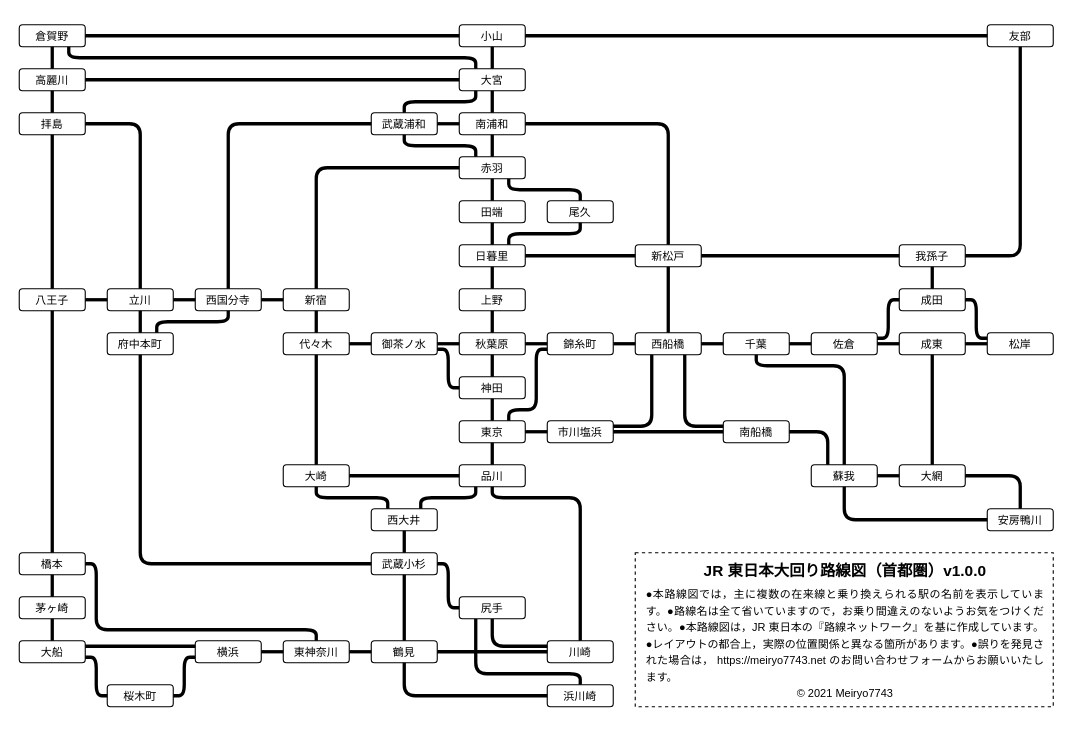
Meiryo7743/railway-maps-for-omawari keeps this draw.io diagram as src/jr-east/kanto-region.drawio. Above is the earlier version. Source tidied: cells renumbered, new cells numbered last; positions are measured from the earlier drawing's top-left corner, leaving out a move shared by most shapes. Both pictures are drawn from the tidied source at 110%, with x=0, y=0 at pixel (19, 24).
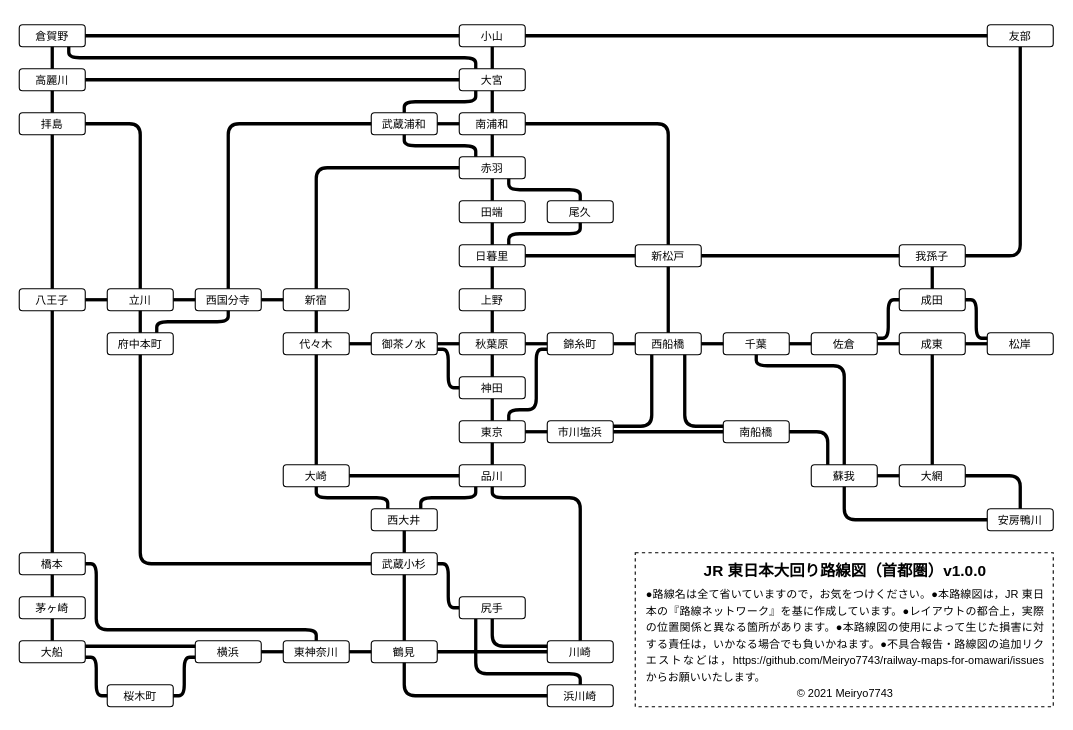
Above is the later version.

The edit, as a diff of the source:
```diff
@@
-    <mxCell id="134" value="&lt;p style=&quot;line-height: 110%&quot;&gt;&lt;/p&gt;&lt;div style=&quot;text-align: center&quot;&gt;&lt;span&gt;&lt;b&gt;&lt;font style=&quot;line-height: 200% ; font-size: 14px&quot;&gt;JR 東日本大回り路線図（首都圏）v1.0.0&lt;/font&gt;&lt;/b&gt;&lt;/span&gt;&lt;/div&gt;&lt;div style=&quot;text-align: justify&quot;&gt;&lt;span style=&quot;line-height: 150%&quot;&gt;●本路線図では，主に複数の在来線と乗り換えられる駅の名前を表示しています。●路線名は全て省いていますので，お乗り間違えのないようお気をつけください。●本路線図は，JR 東日本の『路線ネットワーク』を基に作成しています。●レイアウトの都合上，実際の位置関係と異なる箇所があります。●誤りを発見された場合は， https://meiryo7743.net のお問い合わせフォームからお願いいたします。&lt;/span&gt;&lt;/div&gt;&lt;span style=&quot;line-height: 15px&quot;&gt;&lt;div style=&quot;text-align: center&quot;&gt;&lt;span&gt;© 2021 Meiryo7743&lt;/span&gt;&lt;/div&gt;&lt;/span&gt;&lt;p&gt;&lt;/p&gt;" style="text;fillColor=none;spacing=10;spacingTop=-22;whiteSpace=wrap;overflow=hidden;rounded=0;strokeColor=#000000;dashed=1;fontSize=10;html=1;" parent="1" vertex="1">
+    <mxCell id="134" value="&lt;p style=&quot;line-height: 110%&quot;&gt;&lt;/p&gt;&lt;div style=&quot;text-align: center&quot;&gt;&lt;span&gt;&lt;b&gt;&lt;font style=&quot;line-height: 200% ; font-size: 14px&quot;&gt;JR 東日本大回り路線図（首都圏）v1.0.0&lt;/font&gt;&lt;/b&gt;&lt;/span&gt;&lt;/div&gt;&lt;div style=&quot;text-align: justify&quot;&gt;&lt;span style=&quot;line-height: 150%&quot;&gt;●路線名は全て省いていますので，お気をつけください。●本路線図は，JR 東日本の『路線ネットワーク』を基に作成しています。●レイアウトの都合上，実際の位置関係と異なる箇所があります。●本路線図の使用によって生じた損害に対する責任は，いかなる場合でも負いかねます。●不具合報告・路線図の追加リクエストなどは，https://github.com/Meiryo7743/railway-maps-for-omawari/issues からお願いいたします。&lt;/span&gt;&lt;/div&gt;&lt;span style=&quot;line-height: 15px&quot;&gt;&lt;div style=&quot;text-align: center&quot;&gt;&lt;span&gt;© 2021 Meiryo7743&lt;/span&gt;&lt;/div&gt;&lt;/span&gt;&lt;p&gt;&lt;/p&gt;" style="text;fillColor=none;spacing=10;spacingTop=-22;whiteSpace=wrap;overflow=hidden;rounded=0;strokeColor=#000000;dashed=1;fontSize=10;html=1;" parent="1" vertex="1">
       <mxGeometry x="560" y="480" width="380" height="140" as="geometry" />
     </mxCell>
```
